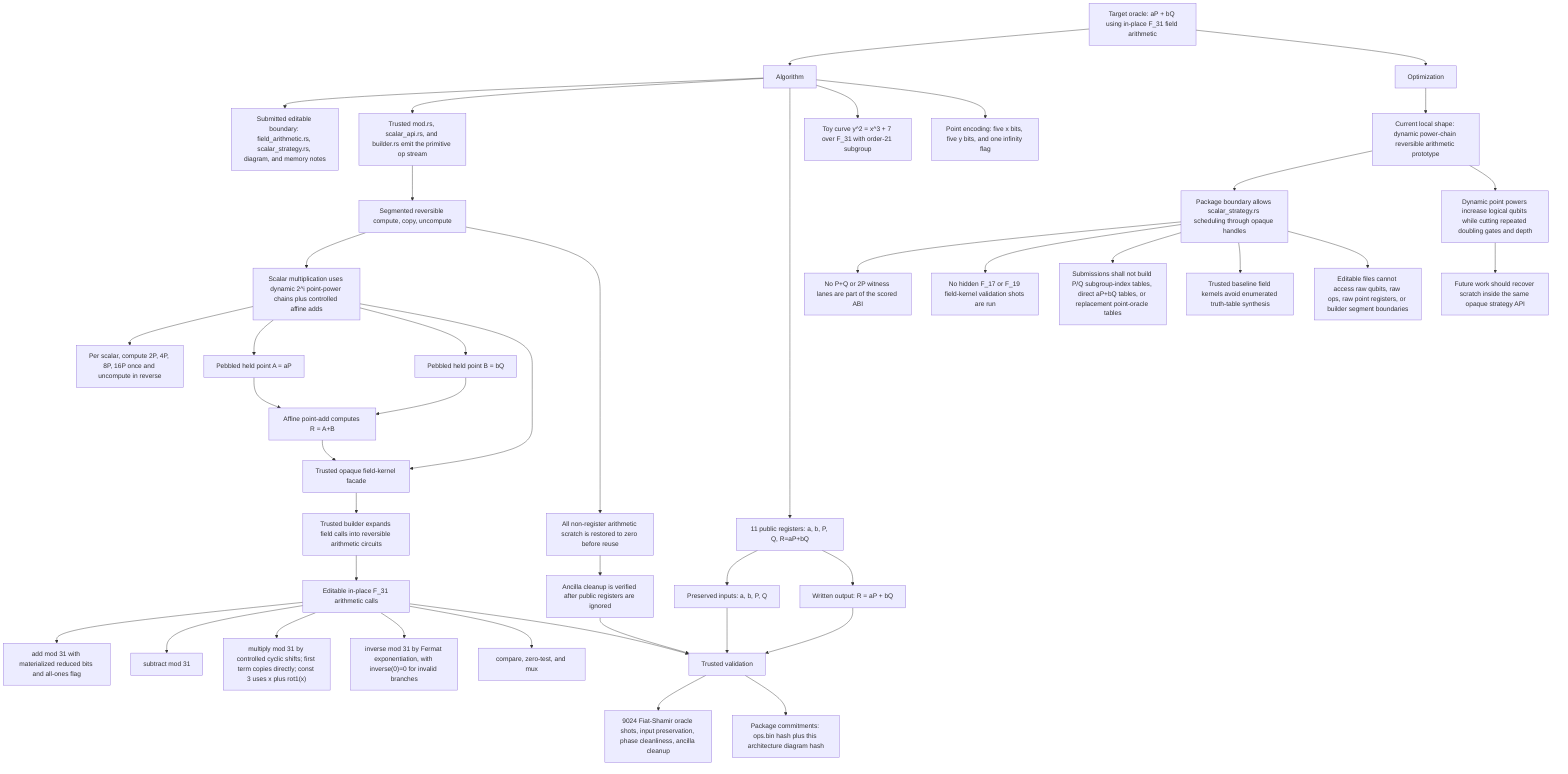
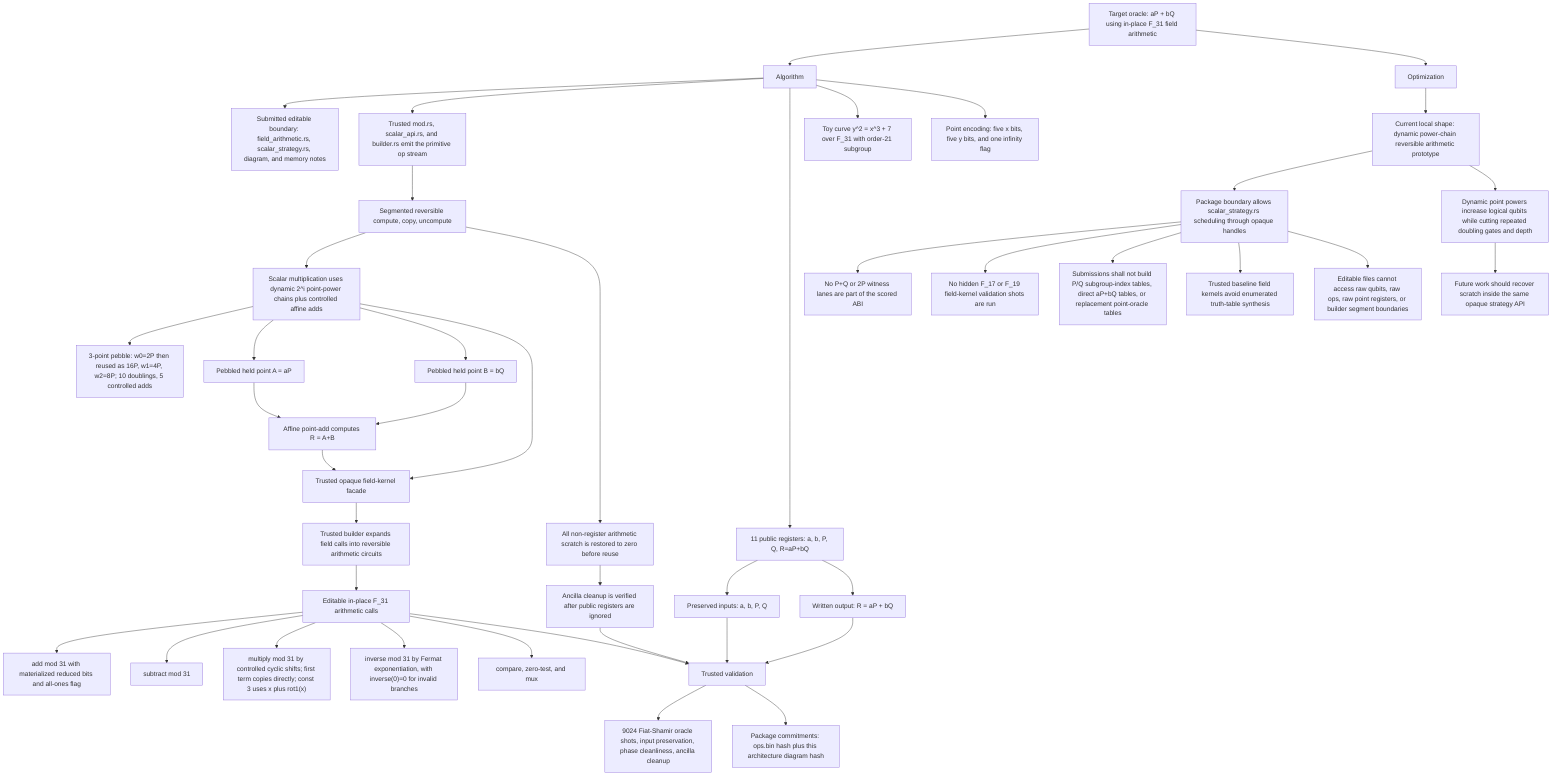
flowchart TD
  Target["Target oracle: aP + bQ using in-place F_31 field arithmetic"]
  Algorithm["Algorithm"]
  Optimization["Optimization"]

  Target --> Algorithm
  Target --> Optimization

  Algorithm --> Boundary["Submitted editable boundary: field_arithmetic.rs, scalar_strategy.rs, diagram, and memory notes"]
  Algorithm --> Build["Trusted mod.rs, scalar_api.rs, and builder.rs emit the primitive op stream"]
  Algorithm --> Registers["11 public registers: a, b, P, Q, R=aP+bQ"]
  Algorithm --> Curve["Toy curve y^2 = x^3 + 7 over F_31 with order-21 subgroup"]
  Algorithm --> Encoding["Point encoding: five x bits, five y bits, and one infinity flag"]

  Registers --> Preserve["Preserved inputs: a, b, P, Q"]
  Registers --> Outputs["Written output: R = aP + bQ"]

  Build --> Segment["Segmented reversible compute, copy, uncompute"]
  Segment --> ScalarPoint["Scalar multiplication uses dynamic 2^i point-power chains plus controlled affine adds"]
-   ScalarPoint --> PowerChain["Per scalar, compute 2P, 4P, 8P, 16P once and uncompute in reverse"]
+   ScalarPoint --> PowerChain["3-point pebble: w0=2P then reused as 16P, w1=4P, w2=8P; 10 doublings, 5 controlled adds"]
  ScalarPoint --> ScalarA["Pebbled held point A = aP"]
  ScalarPoint --> ScalarB["Pebbled held point B = bQ"]
  ScalarA --> PointAdd["Affine point-add computes R = A+B"]
  ScalarB --> PointAdd

  PointAdd --> FieldFacade["Trusted opaque field-kernel facade"]
  FieldFacade --> BuilderCircuits["Trusted builder expands field calls into reversible arithmetic circuits"]
  BuilderCircuits --> FieldArithmetic["Editable in-place F_31 arithmetic calls"]
  ScalarPoint --> FieldFacade
  FieldArithmetic --> FieldAdd["add mod 31 with materialized reduced bits and all-ones flag"]
  FieldArithmetic --> FieldSub["subtract mod 31"]
  FieldArithmetic --> FieldMul["multiply mod 31 by controlled cyclic shifts; first term copies directly; const 3 uses x plus rot1(x)"]
  FieldArithmetic --> FieldInv["inverse mod 31 by Fermat exponentiation, with inverse(0)=0 for invalid branches"]
  FieldArithmetic --> FieldMux["compare, zero-test, and mux"]

  Segment --> Cleanup["All non-register arithmetic scratch is restored to zero before reuse"]
  Cleanup --> Ancilla["Ancilla cleanup is verified after public registers are ignored"]

  Optimization --> CurrentShape["Current local shape: dynamic power-chain reversible arithmetic prototype"]
  CurrentShape --> Contract["Package boundary allows scalar_strategy.rs scheduling through opaque handles"]
  Contract --> NoPublicWitness["No P+Q or 2P witness lanes are part of the scored ABI"]
  Contract --> NoHiddenWitness["No hidden F_17 or F_19 field-kernel validation shots are run"]
  Contract --> NoLookupTables["Submissions shall not build P/Q subgroup-index tables, direct aP+bQ tables, or replacement point-oracle tables"]
  Contract --> NoFieldTruthTables["Trusted baseline field kernels avoid enumerated truth-table synthesis"]
  Contract --> NoRawBuilder["Editable files cannot access raw qubits, raw ops, raw point registers, or builder segment boundaries"]
  CurrentShape --> Tradeoff["Dynamic point powers increase logical qubits while cutting repeated doubling gates and depth"]
  Tradeoff --> ReplaceLater["Future work should recover scratch inside the same opaque strategy API"]

  Preserve --> Validation["Trusted validation"]
  Outputs --> Validation
  FieldArithmetic --> Validation
  Ancilla --> Validation
  Validation --> Checks["9024 Fiat-Shamir oracle shots, input preservation, phase cleanliness, ancilla cleanup"]
  Validation --> Commitments["Package commitments: ops.bin hash plus this architecture diagram hash"]
